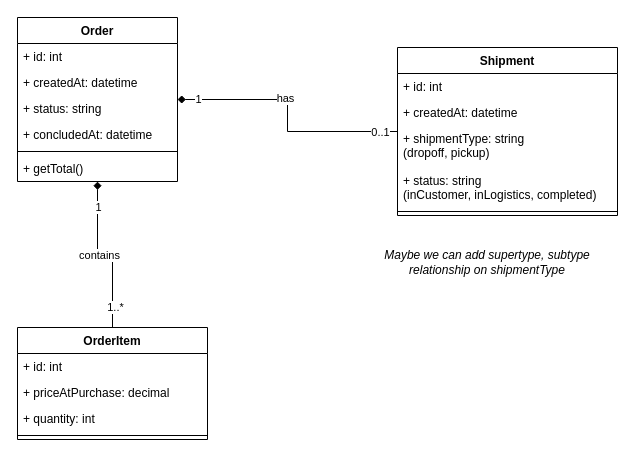
The draw.io diagram page "Class Diagram (Shipment)" (4 of 4) of E-Commerce API Use-case diagram.drawio in RHILIUS/drawio, before the edit. Source tidied: cells renumbered, new cells numbered last; positions are measured from the earlier drawing's top-left corner, leaving out a move shared by most shapes. Both pictures are drawn from the tidied source at 100%, with x=0, y=0 at pixel (17, 17).
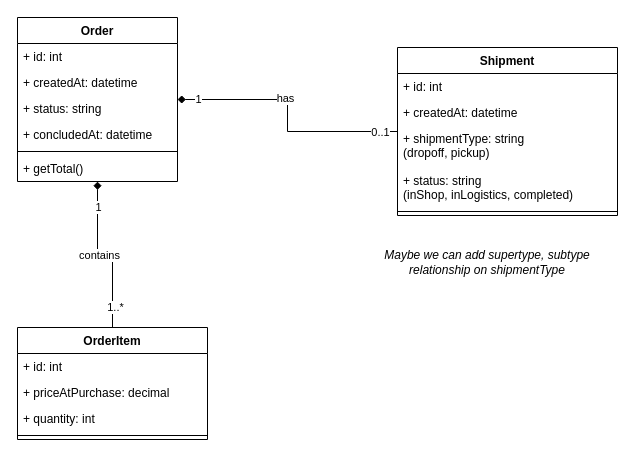
After the change.

The change refers to these unchanged cells:
```xml
<mxCell id="13" value="Shipment" style="swimlane;fontStyle=1;align=center;verticalAlign=top;horizontal=1;startSize=26;whiteSpace=wrap;html=1;" parent="1" vertex="1">
  <mxGeometry x="380" y="30" width="220" height="168" as="geometry" />
</mxCell>
```

Change to the diagram source:
```diff
@@
-    <mxCell id="17" value="+ status: string&lt;div&gt;(inCustomer, inLogistics, completed)&lt;/div&gt;" style="text;strokeColor=none;fillColor=none;align=left;verticalAlign=top;spacingLeft=4;spacingRight=4;overflow=hidden;whiteSpace=wrap;html=1;" parent="13" vertex="1">
+    <mxCell id="17" value="+ status: string&lt;div&gt;(inShop, inLogistics, completed)&lt;/div&gt;" style="text;strokeColor=none;fillColor=none;align=left;verticalAlign=top;spacingLeft=4;spacingRight=4;overflow=hidden;whiteSpace=wrap;html=1;" parent="13" vertex="1">
       <mxGeometry y="120" width="220" height="40" as="geometry" />
     </mxCell>
```
